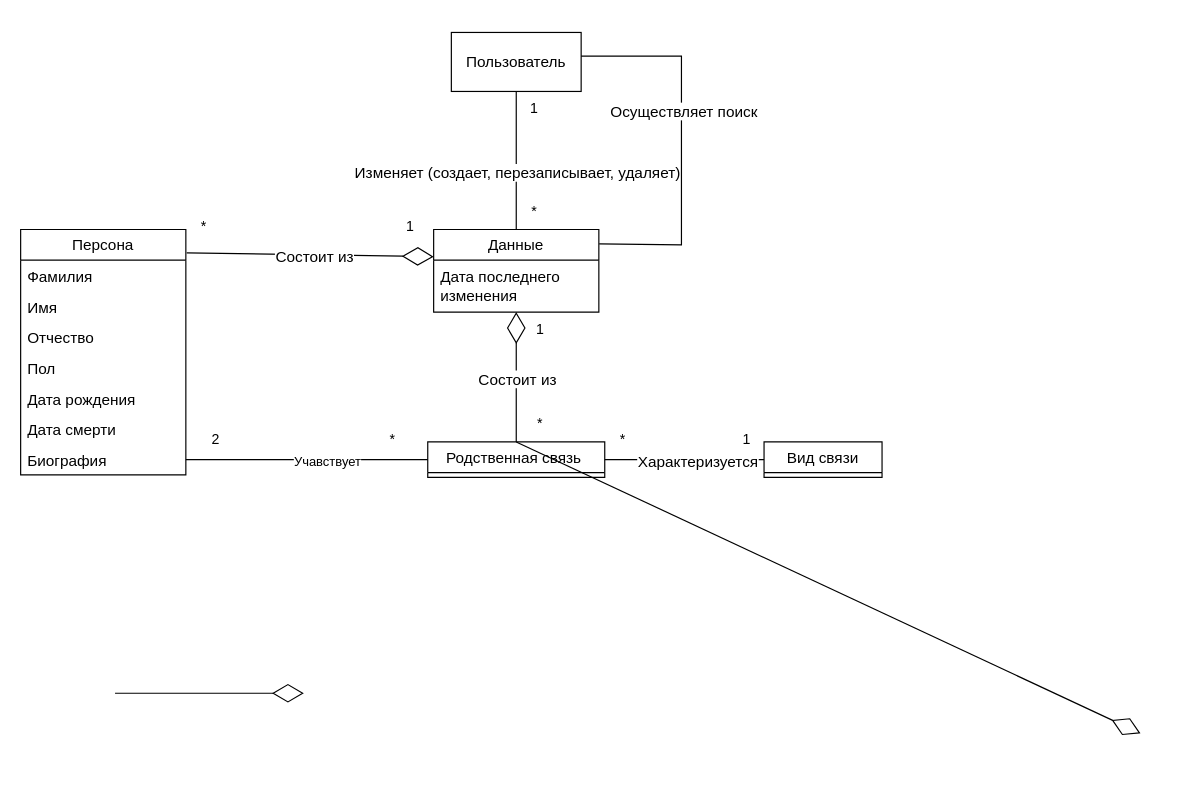
Above: vic/диагрмма_понятий.drawio in Danil-Kolosov/HellCourse (draw.io), before the change. Source tidied: cells renumbered, new cells numbered last; positions are measured from the earlier drawing's top-left corner, leaving out a move shared by most shapes. Both pictures are drawn from the tidied source at 118%, with x=0, y=0 at pixel (20, 32).
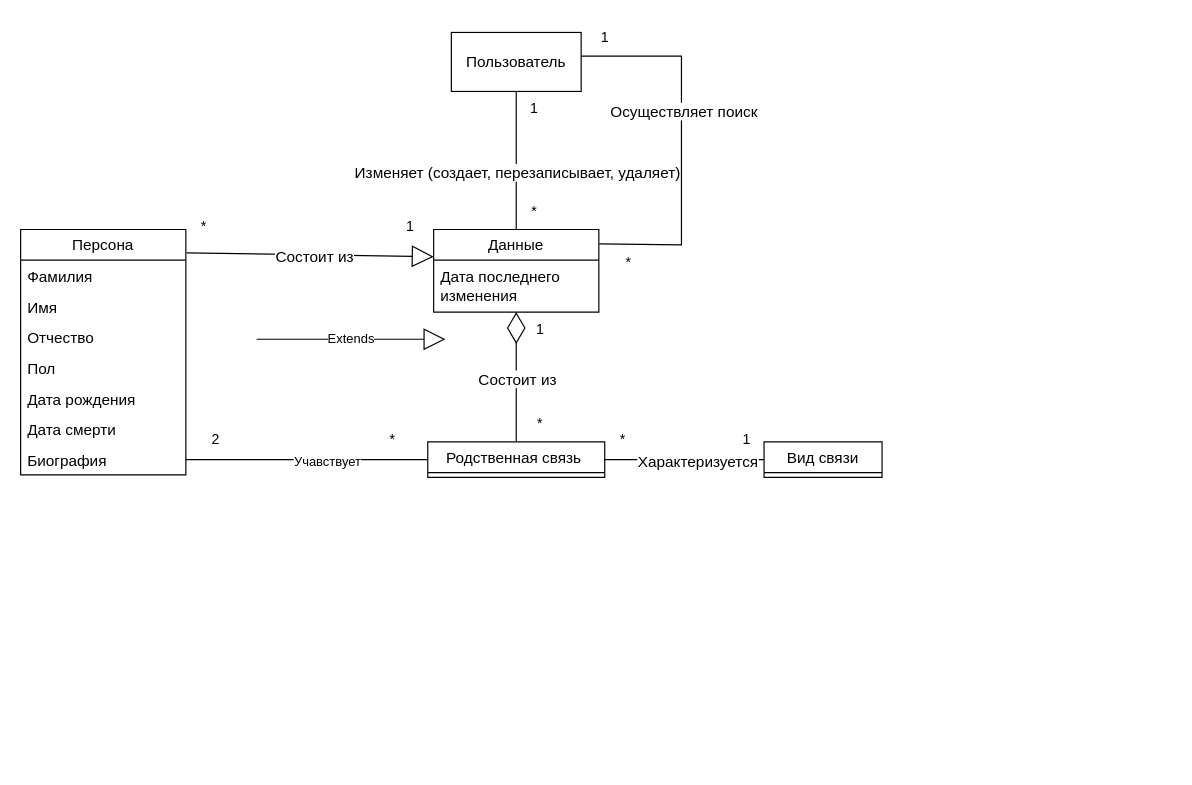
The same diagram, later.

Commit message (it also covers changes not shown here):
SequenceDiagram added and ConceptDiagram changed

The change refers to these unchanged cells:
```xml
<mxCell id="2" value="Персона" style="swimlane;fontStyle=0;horizontal=1;startSize=26;fillColor=none;whiteSpace=wrap;html=1;fontSize=13;" parent="1" vertex="1">
  <mxGeometry y="167" width="140" height="208" as="geometry" />
</mxCell>
<mxCell id="10" value="Родственная связь&amp;nbsp;" style="swimlane;fontStyle=0;horizontal=1;startSize=26;fillColor=none;whiteSpace=wrap;html=1;fontSize=13;" parent="1" vertex="1" collapsed="1">
  <mxGeometry x="345" y="347" width="150" height="30" as="geometry" />
</mxCell>
<mxCell id="14" value="Данные" style="swimlane;fontStyle=0;horizontal=1;startSize=26;fillColor=none;whiteSpace=wrap;html=1;fontSize=13;" parent="1" vertex="1">
  <mxGeometry x="350" y="167" width="140" height="70" as="geometry" />
</mxCell>
```

Change to the diagram source:
```diff
@@
-    <mxCell id="16" style="endArrow=diamondThin;endFill=0;endSize=24;html=1;rounded=0;entryX=0.993;entryY=-0.038;entryDx=0;entryDy=0;entryPerimeter=0;exitX=0;exitY=0.5;exitDx=0;exitDy=0;" parent="1" edge="1">
-      <mxGeometry relative="1" as="geometry">
-        <mxPoint x="80" y="560" as="sourcePoint" />
-        <mxPoint x="240" y="560" as="targetPoint" />
-      </mxGeometry>
-    </mxCell>
-    <mxCell id="17" style="endArrow=diamondThin;endFill=0;endSize=24;html=1;rounded=0;exitX=1.005;exitY=0.095;exitDx=0;exitDy=0;exitPerimeter=0;entryX=0;entryY=0.329;entryDx=0;entryDy=0;entryPerimeter=0;" parent="1" edge="1" source="2" target="14">
+    <mxCell id="17" style="endArrow=block;endFill=0;endSize=16;html=1;rounded=0;exitX=1.005;exitY=0.095;exitDx=0;exitDy=0;exitPerimeter=0;entryX=0;entryY=0.329;entryDx=0;entryDy=0;entryPerimeter=0;strokeColor=default;align=center;verticalAlign=middle;fontFamily=Helvetica;fontSize=11;fontColor=default;labelBackgroundColor=default;" parent="1" edge="1" source="2" target="14">
       <mxGeometry relative="1" as="geometry" />
     </mxCell>
-    <mxCell id="18" value="Состоит из" style="edgeLabel;html=1;align=center;verticalAlign=middle;fontSize=13;" parent="17" vertex="1">
+    <mxCell id="18" value="Состоит из" style="edgeLabel;html=1;align=center;verticalAlign=middle;fontSize=13;rounded=0;strokeColor=default;fontFamily=Helvetica;fontColor=default;labelBackgroundColor=default;" parent="17" vertex="1">
       <mxGeometry x="0.03" y="-1" relative="1" as="geometry" />
     </mxCell>
@@
-    <mxCell id="21" style="endArrow=diamondThin;endFill=0;endSize=24;html=1;rounded=0;exitX=0.5;exitY=0;exitDx=0;exitDy=0;entryX=0.501;entryY=0.983;entryDx=0;entryDy=0;entryPerimeter=0;" parent="1" edge="1" source="10">
-      <mxGeometry relative="1" as="geometry">
-        <mxPoint x="949" y="594" as="targetPoint" />
-      </mxGeometry>
-    </mxCell>
@@
+    <mxCell id="39" value="*" style="text;html=1;align=center;verticalAlign=middle;strokeColor=none;fillColor=none;" parent="1" vertex="1">
+      <mxGeometry x="500" y="180" width="30" height="30" as="geometry" />
+    </mxCell>
+    <mxCell id="40" value="1" style="text;html=1;align=center;verticalAlign=middle;strokeColor=none;fillColor=none;" parent="1" vertex="1">
+      <mxGeometry x="480" y="-10" width="30" height="30" as="geometry" />
+    </mxCell>
+    <mxCell id="41" value="Extends" style="endArrow=block;endSize=16;endFill=0;html=1;rounded=0;" parent="1" edge="1">
+      <mxGeometry relative="1" as="geometry">
+        <mxPoint x="200" y="260" as="sourcePoint" />
+        <mxPoint x="360" y="260" as="targetPoint" />
+      </mxGeometry>
+    </mxCell>
```
